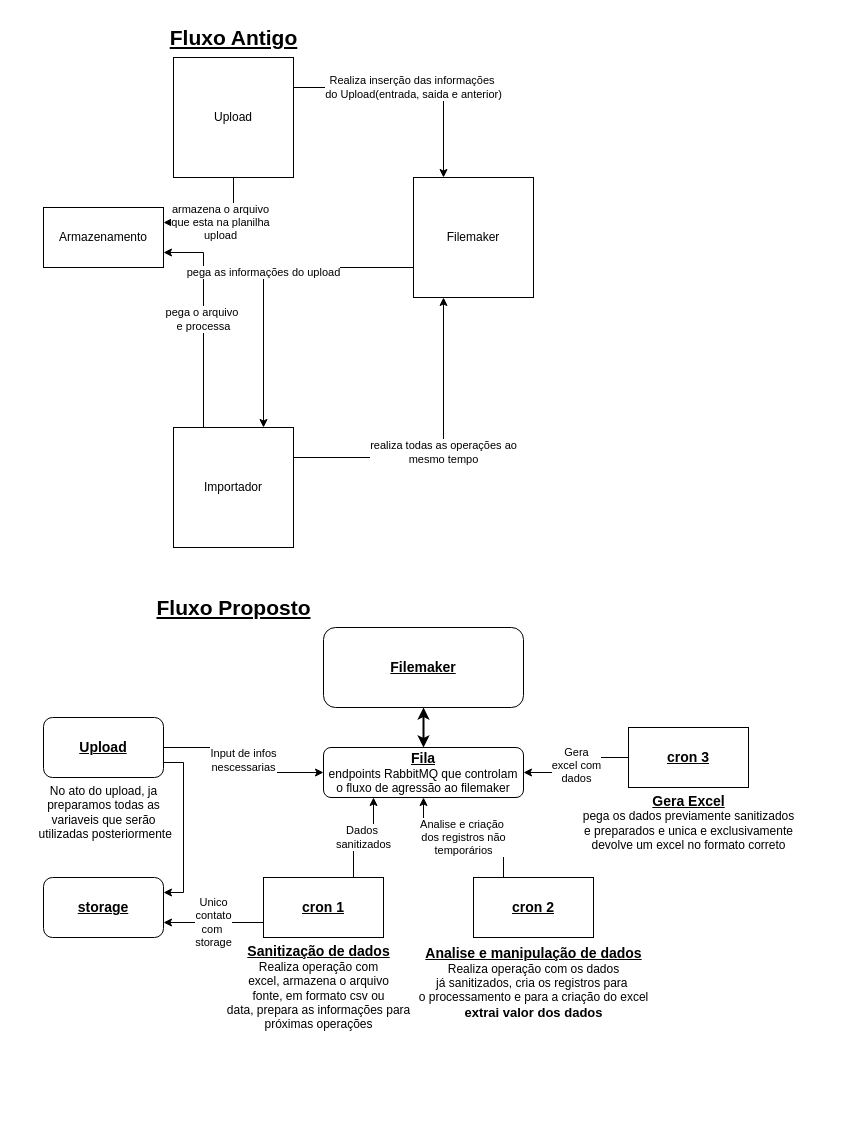
Above: NovoFluxoImportador.drawio in ArturArtimonte/diagrans (draw.io), before the change. Source tidied: cells renumbered, new cells numbered last; positions are measured from the earlier drawing's top-left corner, leaving out a move shared by most shapes. Both pictures are drawn from the tidied source at 100%, with x=0, y=0 at pixel (23, 17).
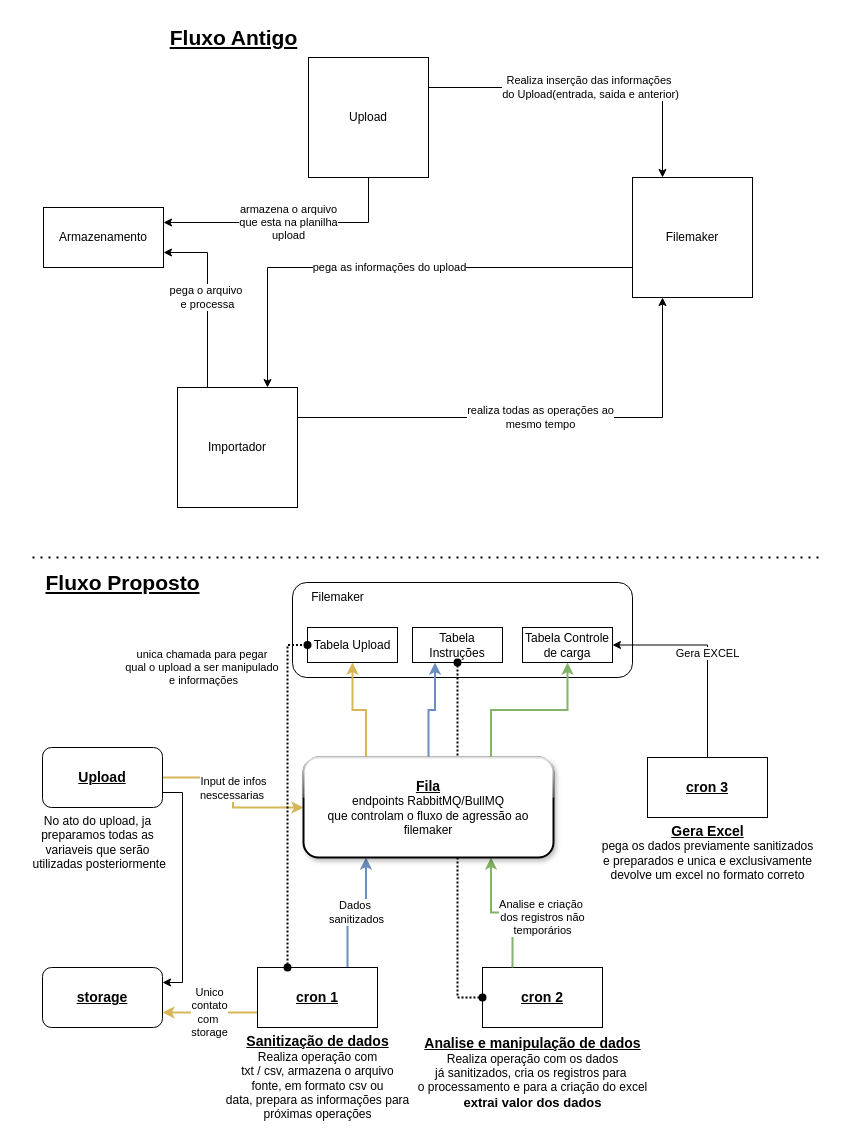
Above is the later version.

What changed in the source:
```diff
@@
+    <mxCell id="30" style="rounded=1;whiteSpace=wrap;html=1;" parent="1" vertex="1">
+      <mxGeometry x="269" y="565" width="340" height="95" as="geometry" />
+    </mxCell>
@@
     <mxCell id="4" value="Upload" style="rounded=0;whiteSpace=wrap;html=1;" parent="1" vertex="1">
-      <mxGeometry x="150" y="40" width="120" height="120" as="geometry" />
+      <mxGeometry x="285" y="40" width="120" height="120" as="geometry" />
     </mxCell>
@@
     <mxCell id="7" value="Importador" style="rounded=0;whiteSpace=wrap;html=1;" parent="1" vertex="1">
-      <mxGeometry x="150" y="410" width="120" height="120" as="geometry" />
+      <mxGeometry x="154" y="370" width="120" height="120" as="geometry" />
     </mxCell>
@@
     <mxCell id="9" value="Filemaker" style="rounded=0;whiteSpace=wrap;html=1;" parent="1" vertex="1">
-      <mxGeometry x="390" y="160" width="120" height="120" as="geometry" />
+      <mxGeometry x="609" y="160" width="120" height="120" as="geometry" />
     </mxCell>
@@
     <mxCell id="12" value="Fluxo Proposto" style="text;html=1;align=center;verticalAlign=middle;strokeColor=none;fillColor=none;fontStyle=5;fontSize=21;" parent="1" vertex="1">
-      <mxGeometry x="120" y="570" width="180" height="40" as="geometry" />
+      <mxGeometry x="9" y="545" width="180" height="40" as="geometry" />
     </mxCell>
@@
-    <mxCell id="14" value="Input de infos&lt;br&gt;nescessarias" style="edgeStyle=orthogonalEdgeStyle;rounded=0;jettySize=auto;html=1;exitX=1;exitY=0.5;exitDx=0;exitDy=0;entryX=0;entryY=0.5;entryDx=0;entryDy=0;" parent="1" edge="1" source="15" target="19">
-      <mxGeometry relative="1" as="geometry" />
+    <mxCell id="14" value="Input de infos&lt;br&gt;nescessarias&amp;nbsp;" style="edgeStyle=orthogonalEdgeStyle;rounded=0;jettySize=auto;html=1;exitX=1;exitY=0.5;exitDx=0;exitDy=0;entryX=0;entryY=0.5;entryDx=0;entryDy=0;fillColor=#fff2cc;strokeColor=#d6b656;strokeWidth=2;" parent="1" edge="1" source="15" target="19">
+      <mxGeometry x="-0.06" relative="1" as="geometry">
+        <mxPoint y="1" as="offset" />
+      </mxGeometry>
     </mxCell>
     <mxCell id="15" value="&lt;b&gt;&lt;u&gt;&lt;font style=&quot;font-size: 14px;&quot;&gt;Upload&lt;/font&gt;&lt;/u&gt;&lt;/b&gt;" style="rounded=1;whiteSpace=wrap;html=1;" parent="1" vertex="1">
-      <mxGeometry x="20" y="700" width="120" height="60" as="geometry" />
+      <mxGeometry x="19" y="730" width="120" height="60" as="geometry" />
     </mxCell>
     <mxCell id="16" value="No ato do upload,&amp;nbsp;ja &lt;br&gt;preparamos todas as &lt;br&gt;variaveis que serão&lt;br&gt;&amp;nbsp;utilizadas posteriormente" style="text;html=1;align=center;verticalAlign=middle;strokeColor=none;fillColor=none;" parent="1" vertex="1">
-      <mxGeometry y="760" width="160" height="70" as="geometry" />
+      <mxGeometry x="-6" y="790" width="160" height="70" as="geometry" />
     </mxCell>
     <mxCell id="17" value="&lt;font style=&quot;font-size: 14px;&quot;&gt;&lt;b&gt;&lt;u&gt;storage&lt;/u&gt;&lt;/b&gt;&lt;/font&gt;" style="rounded=1;whiteSpace=wrap;html=1;" parent="1" vertex="1">
-      <mxGeometry x="20" y="860" width="120" height="60" as="geometry" />
+      <mxGeometry x="19" y="950" width="120" height="60" as="geometry" />
     </mxCell>
-    <mxCell id="18" style="edgeStyle=orthogonalEdgeStyle;rounded=0;jettySize=auto;html=1;exitX=0.5;exitY=0;exitDx=0;exitDy=0;entryX=0.5;entryY=1;entryDx=0;entryDy=0;startArrow=classic;startFill=1;strokeWidth=2;" parent="1" edge="1" source="19" target="30">
-      <mxGeometry relative="1" as="geometry" />
-    </mxCell>
-    <mxCell id="19" value="&lt;b&gt;&lt;u&gt;&lt;font style=&quot;font-size: 14px;&quot;&gt;Fila&lt;/font&gt;&lt;/u&gt;&lt;/b&gt;&lt;br&gt;endpoints RabbitMQ que controlam o fluxo de agressão ao filemaker" style="rounded=1;whiteSpace=wrap;html=1;" parent="1" vertex="1">
-      <mxGeometry x="300" y="730" width="200" height="50" as="geometry" />
-    </mxCell>
+    <mxCell id="31" style="edgeStyle=orthogonalEdgeStyle;rounded=0;jettySize=auto;html=1;exitX=0.5;exitY=0;exitDx=0;exitDy=0;entryX=0.25;entryY=1;entryDx=0;entryDy=0;fillColor=#dae8fc;strokeColor=#6c8ebf;strokeWidth=2;" parent="1" edge="1" source="19" target="39">
+      <mxGeometry relative="1" as="geometry" />
+    </mxCell>
+    <mxCell id="32" style="edgeStyle=orthogonalEdgeStyle;rounded=0;jettySize=auto;html=1;exitX=0.75;exitY=0;exitDx=0;exitDy=0;entryX=0.5;entryY=1;entryDx=0;entryDy=0;fillColor=#d5e8d4;strokeColor=#82b366;strokeWidth=2;" parent="1" edge="1" source="19" target="38">
+      <mxGeometry relative="1" as="geometry" />
+    </mxCell>
-    <mxCell id="20" value="Unico&lt;br&gt;contato&lt;br&gt;com&amp;nbsp;&lt;br&gt;storage" style="edgeStyle=orthogonalEdgeStyle;rounded=0;jettySize=auto;html=1;exitX=0;exitY=0.75;exitDx=0;exitDy=0;entryX=1;entryY=0.75;entryDx=0;entryDy=0;" parent="1" edge="1" source="22" target="17">
+    <mxCell id="20" value="Unico&lt;br&gt;contato&lt;br&gt;com&amp;nbsp;&lt;br&gt;storage" style="edgeStyle=orthogonalEdgeStyle;rounded=0;jettySize=auto;html=1;exitX=0;exitY=0.75;exitDx=0;exitDy=0;entryX=1;entryY=0.75;entryDx=0;entryDy=0;fillColor=#fff2cc;strokeColor=#d6b656;strokeWidth=2;" parent="1" edge="1" source="22" target="17">
       <mxGeometry relative="1" as="geometry" />
     </mxCell>
-    <mxCell id="21" value="Dados&amp;nbsp;&lt;br&gt;sanitizados" style="edgeStyle=orthogonalEdgeStyle;rounded=0;jettySize=auto;html=1;exitX=0.75;exitY=0;exitDx=0;exitDy=0;entryX=0.25;entryY=1;entryDx=0;entryDy=0;" parent="1" edge="1" source="22" target="19">
+    <mxCell id="21" value="Dados&amp;nbsp;&lt;br&gt;sanitizados" style="edgeStyle=orthogonalEdgeStyle;rounded=0;jettySize=auto;html=1;exitX=0.75;exitY=0;exitDx=0;exitDy=0;entryX=0.25;entryY=1;entryDx=0;entryDy=0;fillColor=#dae8fc;strokeColor=#6c8ebf;strokeWidth=2;" parent="1" edge="1" source="22" target="19">
       <mxGeometry relative="1" as="geometry" />
     </mxCell>
     <mxCell id="22" value="&lt;font style=&quot;font-size: 14px;&quot;&gt;&lt;b&gt;&lt;u&gt;cron 1&lt;/u&gt;&lt;/b&gt;&lt;/font&gt;" style="rounded=0;whiteSpace=wrap;html=1;" parent="1" vertex="1">
-      <mxGeometry x="240" y="860" width="120" height="60" as="geometry" />
+      <mxGeometry x="234" y="950" width="120" height="60" as="geometry" />
     </mxCell>
-    <mxCell id="23" value="Analise e criação&amp;nbsp;&lt;br&gt;dos registros não&lt;br&gt;temporários" style="edgeStyle=orthogonalEdgeStyle;rounded=0;jettySize=auto;html=1;exitX=0.25;exitY=0;exitDx=0;exitDy=0;entryX=0.5;entryY=1;entryDx=0;entryDy=0;" parent="1" edge="1" source="24" target="19">
-      <mxGeometry relative="1" as="geometry" />
-    </mxCell>
     <mxCell id="24" value="&lt;font style=&quot;font-size: 14px;&quot;&gt;&lt;b&gt;&lt;u&gt;cron 2&lt;/u&gt;&lt;/b&gt;&lt;/font&gt;" style="rounded=0;whiteSpace=wrap;html=1;" parent="1" vertex="1">
-      <mxGeometry x="450" y="860" width="120" height="60" as="geometry" />
+      <mxGeometry x="459" y="950" width="120" height="60" as="geometry" />
     </mxCell>
-    <mxCell id="25" value="&lt;b&gt;&lt;u&gt;&lt;font style=&quot;font-size: 14px;&quot;&gt;Sanitização de dados&lt;/font&gt;&lt;/u&gt;&lt;/b&gt;&lt;br&gt;Realiza operação com&lt;br&gt;excel, armazena o arquivo&lt;br&gt;fonte, em formato csv ou&lt;br&gt;data, prepara as informações para&lt;br&gt;próximas operações" style="text;html=1;align=center;verticalAlign=middle;strokeColor=none;fillColor=none;" parent="1" vertex="1">
-      <mxGeometry x="190" y="920" width="210" height="100" as="geometry" />
+    <mxCell id="25" value="&lt;b&gt;&lt;u&gt;&lt;font style=&quot;font-size: 14px;&quot;&gt;Sanitização de dados&lt;/font&gt;&lt;/u&gt;&lt;/b&gt;&lt;br&gt;Realiza operação com&lt;br&gt;txt / csv, armazena o arquivo&lt;br&gt;fonte, em formato csv ou&lt;br&gt;data, prepara as informações para&lt;br&gt;próximas operações" style="text;html=1;align=center;verticalAlign=middle;strokeColor=none;fillColor=none;" parent="1" vertex="1">
+      <mxGeometry x="189" y="1010" width="210" height="100" as="geometry" />
     </mxCell>
-    <mxCell id="26" value="Gera&lt;br&gt;excel com&lt;br&gt;dados" style="edgeStyle=orthogonalEdgeStyle;rounded=0;jettySize=auto;html=1;exitX=0;exitY=0.5;exitDx=0;exitDy=0;entryX=1;entryY=0.5;entryDx=0;entryDy=0;" parent="1" edge="1" source="27" target="19">
-      <mxGeometry relative="1" as="geometry" />
-    </mxCell>
+    <mxCell id="33" value="Gera EXCEL" style="edgeStyle=orthogonalEdgeStyle;rounded=0;jettySize=auto;html=1;exitX=0.5;exitY=0;exitDx=0;exitDy=0;entryX=1;entryY=0.5;entryDx=0;entryDy=0;" parent="1" edge="1" source="27" target="38">
+      <mxGeometry relative="1" as="geometry" />
+    </mxCell>
     <mxCell id="27" value="&lt;font style=&quot;font-size: 14px;&quot;&gt;&lt;b&gt;&lt;u&gt;cron 3&lt;/u&gt;&lt;/b&gt;&lt;/font&gt;" style="rounded=0;whiteSpace=wrap;html=1;" parent="1" vertex="1">
-      <mxGeometry x="605" y="710" width="120" height="60" as="geometry" />
+      <mxGeometry x="624" y="740" width="120" height="60" as="geometry" />
     </mxCell>
     <mxCell id="28" value="&lt;b&gt;&lt;u&gt;&lt;font style=&quot;font-size: 14px;&quot;&gt;Analise e manipulação de dados&lt;/font&gt;&lt;/u&gt;&lt;/b&gt;&lt;br&gt;Realiza operação com os dados&lt;br&gt;já sanitizados, cria os registros para&amp;nbsp;&lt;br&gt;o processamento e para a criação do excel&lt;br&gt;&lt;b&gt;&lt;font style=&quot;font-size: 13px;&quot;&gt;extrai valor dos dados&lt;/font&gt;&lt;/b&gt;" style="text;html=1;align=center;verticalAlign=middle;strokeColor=none;fillColor=none;" parent="1" vertex="1">
-      <mxGeometry x="385" y="920" width="250" height="90" as="geometry" />
+      <mxGeometry x="384" y="1010" width="250" height="90" as="geometry" />
     </mxCell>
     <mxCell id="29" value="&lt;b&gt;&lt;u&gt;&lt;font style=&quot;font-size: 14px;&quot;&gt;Gera Excel&lt;/font&gt;&lt;/u&gt;&lt;/b&gt;&lt;br&gt;pega os dados previamente sanitizados&lt;br&gt;e preparados e unica e exclusivamente&lt;br&gt;devolve um excel no formato correto" style="text;html=1;align=center;verticalAlign=middle;strokeColor=none;fillColor=none;" parent="1" vertex="1">
-      <mxGeometry x="550" y="770" width="230" height="70" as="geometry" />
+      <mxGeometry x="569" y="800" width="230" height="70" as="geometry" />
     </mxCell>
-    <mxCell id="30" value="&lt;b&gt;&lt;u&gt;&lt;font style=&quot;font-size: 14px;&quot;&gt;Filemaker&lt;/font&gt;&lt;/u&gt;&lt;/b&gt;" style="rounded=1;whiteSpace=wrap;html=1;" parent="1" vertex="1">
-      <mxGeometry x="300" y="610" width="200" height="80" as="geometry" />
-    </mxCell>
+    <mxCell id="34" value="Tabela Upload" style="rounded=0;whiteSpace=wrap;html=1;" parent="1" vertex="1">
+      <mxGeometry x="284" y="610" width="90" height="35" as="geometry" />
+    </mxCell>
+    <mxCell id="35" value="unica chamada para pegar&amp;nbsp;&lt;br&gt;qual o upload a ser manipulado&amp;nbsp;&lt;br&gt;e informações" style="edgeStyle=orthogonalEdgeStyle;rounded=0;jettySize=auto;html=1;exitX=0.25;exitY=0;exitDx=0;exitDy=0;startArrow=oval;startFill=1;endArrow=oval;endFill=1;entryX=0;entryY=0.5;entryDx=0;entryDy=0;fillColor=none;strokeWidth=2;dashed=1;dashPattern=1 1;" parent="1" edge="1" source="22" target="34">
+      <mxGeometry x="0.75" y="84" relative="1" as="geometry" />
+    </mxCell>
+    <mxCell id="36" style="edgeStyle=orthogonalEdgeStyle;rounded=0;jettySize=auto;html=1;exitX=0.25;exitY=0;exitDx=0;exitDy=0;entryX=0.5;entryY=1;entryDx=0;entryDy=0;fillColor=#fff2cc;strokeColor=#d6b656;strokeWidth=2;" parent="1" edge="1" source="19" target="34">
+      <mxGeometry relative="1" as="geometry" />
+    </mxCell>
+    <mxCell id="37" value="Filemaker" style="text;html=1;align=center;verticalAlign=middle;strokeColor=none;fillColor=none;" parent="1" vertex="1">
+      <mxGeometry x="274" y="565" width="80" height="30" as="geometry" />
+    </mxCell>
+    <mxCell id="38" value="Tabela Controle de carga" style="rounded=0;whiteSpace=wrap;html=1;" parent="1" vertex="1">
+      <mxGeometry x="499" y="610" width="90" height="35" as="geometry" />
+    </mxCell>
+    <mxCell id="39" value="Tabela Instruções" style="rounded=0;whiteSpace=wrap;html=1;" parent="1" vertex="1">
+      <mxGeometry x="389" y="610" width="90" height="35" as="geometry" />
+    </mxCell>
+    <mxCell id="23" value="Analise e criação&amp;nbsp;&lt;br&gt;dos registros não&lt;br&gt;temporários" style="edgeStyle=orthogonalEdgeStyle;rounded=0;jettySize=auto;html=1;exitX=0.25;exitY=0;exitDx=0;exitDy=0;entryX=0.75;entryY=1;entryDx=0;entryDy=0;fillColor=#d5e8d4;strokeColor=#82b366;strokeWidth=2;" parent="1" edge="1" source="24" target="19">
+      <mxGeometry x="-0.24" y="-30" relative="1" as="geometry" />
+    </mxCell>
+    <mxCell id="40" style="edgeStyle=orthogonalEdgeStyle;rounded=0;jettySize=auto;html=1;exitX=0.5;exitY=1;exitDx=0;exitDy=0;entryX=0;entryY=0.5;entryDx=0;entryDy=0;fillColor=none;strokeWidth=2;endArrow=oval;endFill=1;startArrow=oval;startFill=1;dashed=1;dashPattern=1 1;" parent="1" edge="1" source="39" target="24">
+      <mxGeometry relative="1" as="geometry" />
+    </mxCell>
+    <mxCell id="19" value="&lt;b&gt;&lt;u&gt;&lt;font style=&quot;font-size: 14px;&quot;&gt;Fila&lt;/font&gt;&lt;/u&gt;&lt;/b&gt;&lt;br&gt;endpoints RabbitMQ/BullMQ&lt;br&gt;que controlam o fluxo de agressão ao filemaker" style="rounded=1;whiteSpace=wrap;html=1;perimeterSpacing=0;shadow=1;glass=1;strokeWidth=2;" parent="1" vertex="1">
+      <mxGeometry x="280" y="740" width="250" height="100" as="geometry" />
+    </mxCell>
+    <mxCell id="41" style="endArrow=none;dashed=1;html=1;dashPattern=1 3;strokeWidth=2;rounded=0;" parent="1" edge="1">
+      <mxGeometry relative="1" as="geometry">
+        <mxPoint x="9" y="540" as="sourcePoint" />
+        <mxPoint x="799" y="540" as="targetPoint" />
+        <Array as="points">
+          <mxPoint x="409" y="540" />
+        </Array>
+      </mxGeometry>
+    </mxCell>
```
